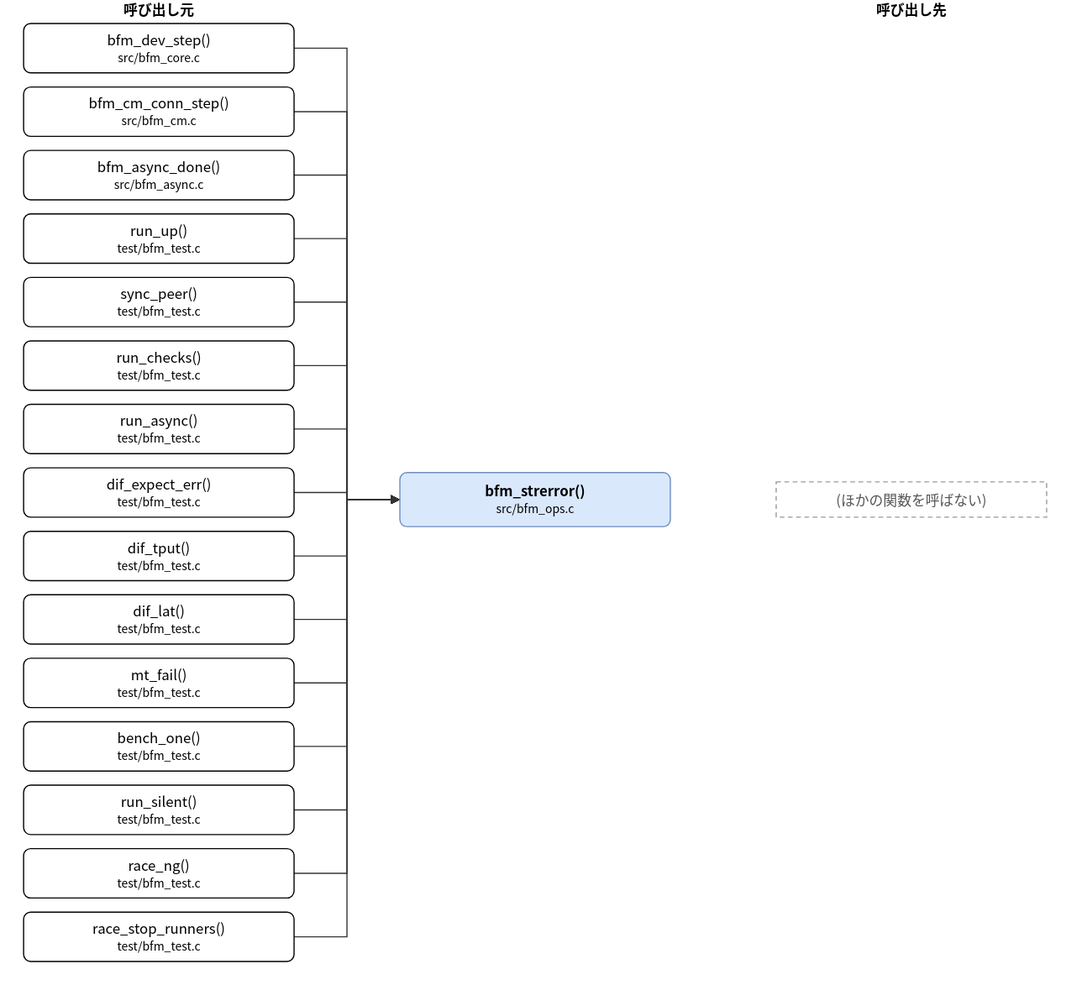
This is doc/spec/images/call_src_bfm_ops-bfm_strerror.drawio.svg from hf355051012-ai/bfmem, a draw.io export, as it was before one commit. Source tidied: cells renumbered, new cells last; positions are measured from the earlier drawing's top-left corner, leaving out a move shared by most shapes.
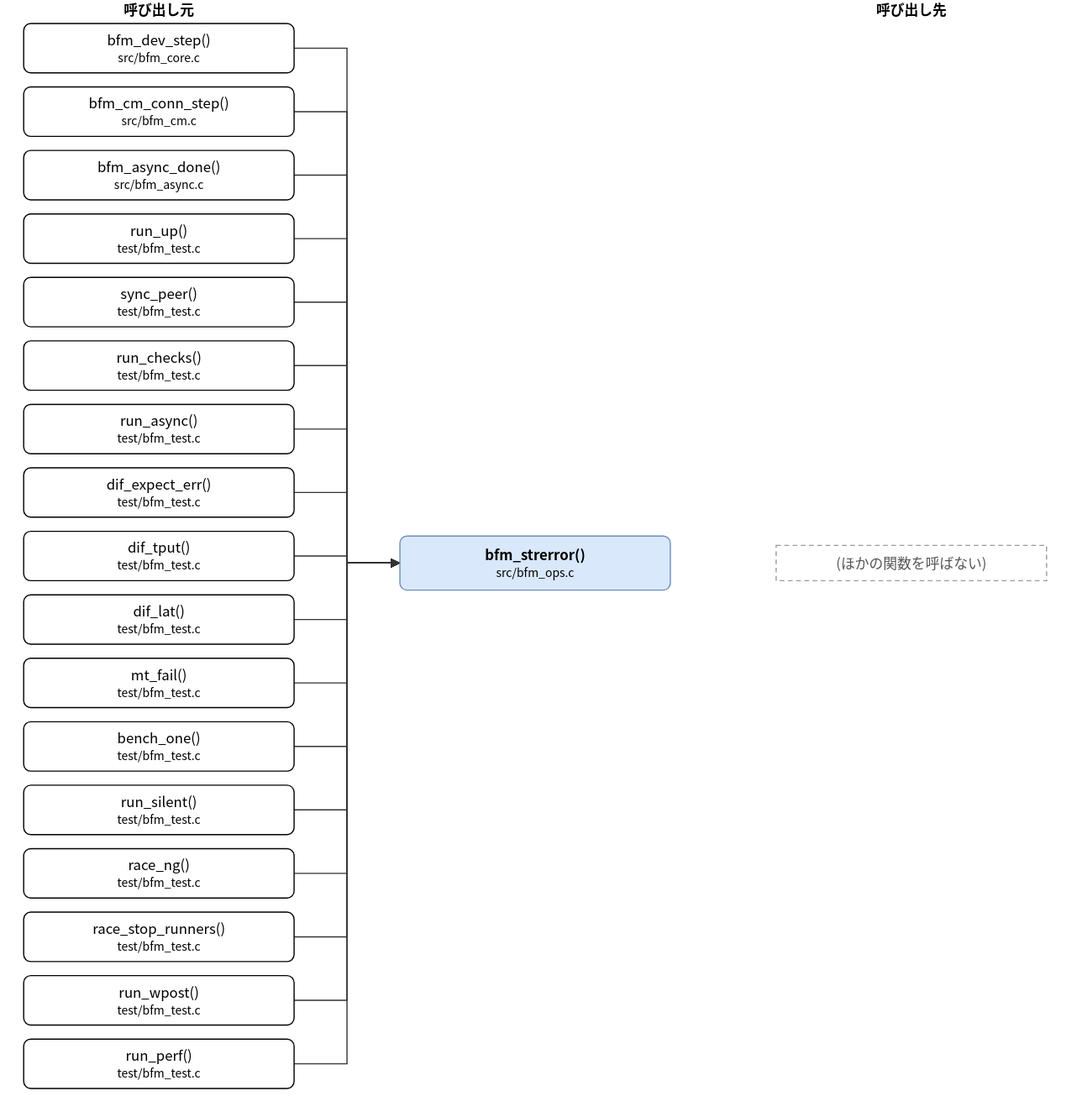
Above is the later version.

The edit, as a diff of the source:
```diff
@@ -3,7 +3,7 @@
     <mxCell id="0" />
     <mxCell id="1" parent="0" />
     <mxCell id="2" value="bfm_strerror()&lt;br&gt;&lt;font style=&quot;font-size:10px&quot;&gt;src/bfm_ops.c&lt;/font&gt;" style="rounded=1;whiteSpace=wrap;html=1;fillColor=#dae8fc;strokeColor=#6c8ebf;fontStyle=1;" parent="1" vertex="1">
-      <mxGeometry x="320" y="402" width="230" height="46" as="geometry" />
+      <mxGeometry x="320" y="456" width="230" height="46" as="geometry" />
     </mxCell>
     <mxCell id="3" value="bfm_dev_step()&lt;br&gt;&lt;font style=&quot;font-size:10px&quot;&gt;src/bfm_core.c&lt;/font&gt;" style="rounded=1;whiteSpace=wrap;html=1;" parent="1" vertex="1">
       <mxGeometry y="20" width="230" height="42" as="geometry" />
@@ -50,14 +50,20 @@
     <mxCell id="17" value="race_stop_runners()&lt;br&gt;&lt;font style=&quot;font-size:10px&quot;&gt;test/bfm_test.c&lt;/font&gt;" style="rounded=1;whiteSpace=wrap;html=1;" parent="1" vertex="1">
       <mxGeometry y="776" width="230" height="42" as="geometry" />
     </mxCell>
+    <mxCell id="36" value="run_wpost()&lt;br&gt;&lt;font style=&quot;font-size:10px&quot;&gt;test/bfm_test.c&lt;/font&gt;" style="rounded=1;whiteSpace=wrap;html=1;" parent="1" vertex="1">
+      <mxGeometry y="830" width="230" height="42" as="geometry" />
+    </mxCell>
+    <mxCell id="37" value="run_perf()&lt;br&gt;&lt;font style=&quot;font-size:10px&quot;&gt;test/bfm_test.c&lt;/font&gt;" style="rounded=1;whiteSpace=wrap;html=1;" parent="1" vertex="1">
+      <mxGeometry y="884" width="230" height="42" as="geometry" />
+    </mxCell>
     <mxCell id="18" value="(ほかの関数を呼ばない)" style="rounded=0;whiteSpace=wrap;html=1;dashed=1;strokeColor=#999999;fontColor=#555555;dashed=1;" parent="1" vertex="1">
-      <mxGeometry x="640" y="410" width="230" height="30" as="geometry" />
+      <mxGeometry x="640" y="464" width="230" height="30" as="geometry" />
     </mxCell>
     <mxCell id="19" style="edgeStyle=none;html=1;rounded=0;endArrow=block;endFill=1;exitX=1.0000;exitY=0.5000;exitDx=0;exitDy=0;exitPerimeter=0;entryX=0.0000;entryY=0.5000;entryDx=0;entryDy=0;entryPerimeter=0;" parent="1" edge="1" source="3" target="2">
       <mxGeometry relative="1" as="geometry">
         <Array as="points">
           <mxPoint x="275" y="41" />
-          <mxPoint x="275" y="425" />
+          <mxPoint x="275" y="479" />
         </Array>
       </mxGeometry>
     </mxCell>
@@ -65,7 +71,7 @@
       <mxGeometry relative="1" as="geometry">
         <Array as="points">
           <mxPoint x="275" y="95" />
-          <mxPoint x="275" y="425" />
+          <mxPoint x="275" y="479" />
         </Array>
       </mxGeometry>
     </mxCell>
@@ -73,7 +79,7 @@
       <mxGeometry relative="1" as="geometry">
         <Array as="points">
           <mxPoint x="275" y="149" />
-          <mxPoint x="275" y="425" />
+          <mxPoint x="275" y="479" />
         </Array>
       </mxGeometry>
     </mxCell>
@@ -81,7 +87,7 @@
       <mxGeometry relative="1" as="geometry">
         <Array as="points">
           <mxPoint x="275" y="203" />
-          <mxPoint x="275" y="425" />
+          <mxPoint x="275" y="479" />
         </Array>
       </mxGeometry>
     </mxCell>
@@ -89,7 +95,7 @@
       <mxGeometry relative="1" as="geometry">
         <Array as="points">
           <mxPoint x="275" y="257" />
-          <mxPoint x="275" y="425" />
+          <mxPoint x="275" y="479" />
         </Array>
       </mxGeometry>
     </mxCell>
@@ -97,7 +103,7 @@
       <mxGeometry relative="1" as="geometry">
         <Array as="points">
           <mxPoint x="275" y="311" />
-          <mxPoint x="275" y="425" />
+          <mxPoint x="275" y="479" />
         </Array>
       </mxGeometry>
     </mxCell>
@@ -105,7 +111,7 @@
       <mxGeometry relative="1" as="geometry">
         <Array as="points">
           <mxPoint x="275" y="365" />
-          <mxPoint x="275" y="425" />
+          <mxPoint x="275" y="479" />
         </Array>
       </mxGeometry>
     </mxCell>
@@ -113,7 +119,7 @@
       <mxGeometry relative="1" as="geometry">
         <Array as="points">
           <mxPoint x="275" y="419" />
-          <mxPoint x="275" y="425" />
+          <mxPoint x="275" y="479" />
         </Array>
       </mxGeometry>
     </mxCell>
@@ -121,7 +127,7 @@
       <mxGeometry relative="1" as="geometry">
         <Array as="points">
           <mxPoint x="275" y="473" />
-          <mxPoint x="275" y="425" />
+          <mxPoint x="275" y="479" />
         </Array>
       </mxGeometry>
     </mxCell>
@@ -129,7 +135,7 @@
       <mxGeometry relative="1" as="geometry">
         <Array as="points">
           <mxPoint x="275" y="527" />
-          <mxPoint x="275" y="425" />
+          <mxPoint x="275" y="479" />
         </Array>
       </mxGeometry>
     </mxCell>
@@ -137,7 +143,7 @@
       <mxGeometry relative="1" as="geometry">
         <Array as="points">
           <mxPoint x="275" y="581" />
-          <mxPoint x="275" y="425" />
+          <mxPoint x="275" y="479" />
         </Array>
       </mxGeometry>
     </mxCell>
@@ -145,7 +151,7 @@
       <mxGeometry relative="1" as="geometry">
         <Array as="points">
           <mxPoint x="275" y="635" />
-          <mxPoint x="275" y="425" />
+          <mxPoint x="275" y="479" />
         </Array>
       </mxGeometry>
     </mxCell>
@@ -153,7 +159,7 @@
       <mxGeometry relative="1" as="geometry">
         <Array as="points">
           <mxPoint x="275" y="689" />
-          <mxPoint x="275" y="425" />
+          <mxPoint x="275" y="479" />
         </Array>
       </mxGeometry>
     </mxCell>
@@ -161,7 +167,7 @@
       <mxGeometry relative="1" as="geometry">
         <Array as="points">
           <mxPoint x="275" y="743" />
-          <mxPoint x="275" y="425" />
+          <mxPoint x="275" y="479" />
         </Array>
       </mxGeometry>
     </mxCell>
@@ -169,10 +175,26 @@
       <mxGeometry relative="1" as="geometry">
         <Array as="points">
           <mxPoint x="275" y="797" />
-          <mxPoint x="275" y="425" />
+          <mxPoint x="275" y="479" />
         </Array>
       </mxGeometry>
     </mxCell>
+    <mxCell id="38" style="edgeStyle=none;html=1;rounded=0;endArrow=block;endFill=1;exitX=1.0000;exitY=0.5000;exitDx=0;exitDy=0;exitPerimeter=0;entryX=0.0000;entryY=0.5000;entryDx=0;entryDy=0;entryPerimeter=0;" parent="1" edge="1" source="36" target="2">
+      <mxGeometry relative="1" as="geometry">
+        <Array as="points">
+          <mxPoint x="275" y="851" />
+          <mxPoint x="275" y="479" />
+        </Array>
+      </mxGeometry>
+    </mxCell>
+    <mxCell id="39" style="edgeStyle=none;html=1;rounded=0;endArrow=block;endFill=1;exitX=1.0000;exitY=0.5000;exitDx=0;exitDy=0;exitPerimeter=0;entryX=0.0000;entryY=0.5000;entryDx=0;entryDy=0;entryPerimeter=0;" parent="1" edge="1" source="37" target="2">
+      <mxGeometry relative="1" as="geometry">
+        <Array as="points">
+          <mxPoint x="275" y="905" />
+          <mxPoint x="275" y="479" />
+        </Array>
+      </mxGeometry>
+    </mxCell>
     <mxCell id="34" value="呼び出し元" style="text;html=1;align=center;fontStyle=1;" parent="1" vertex="1">
       <mxGeometry x="35" width="160" height="18" as="geometry" />
     </mxCell>
```
